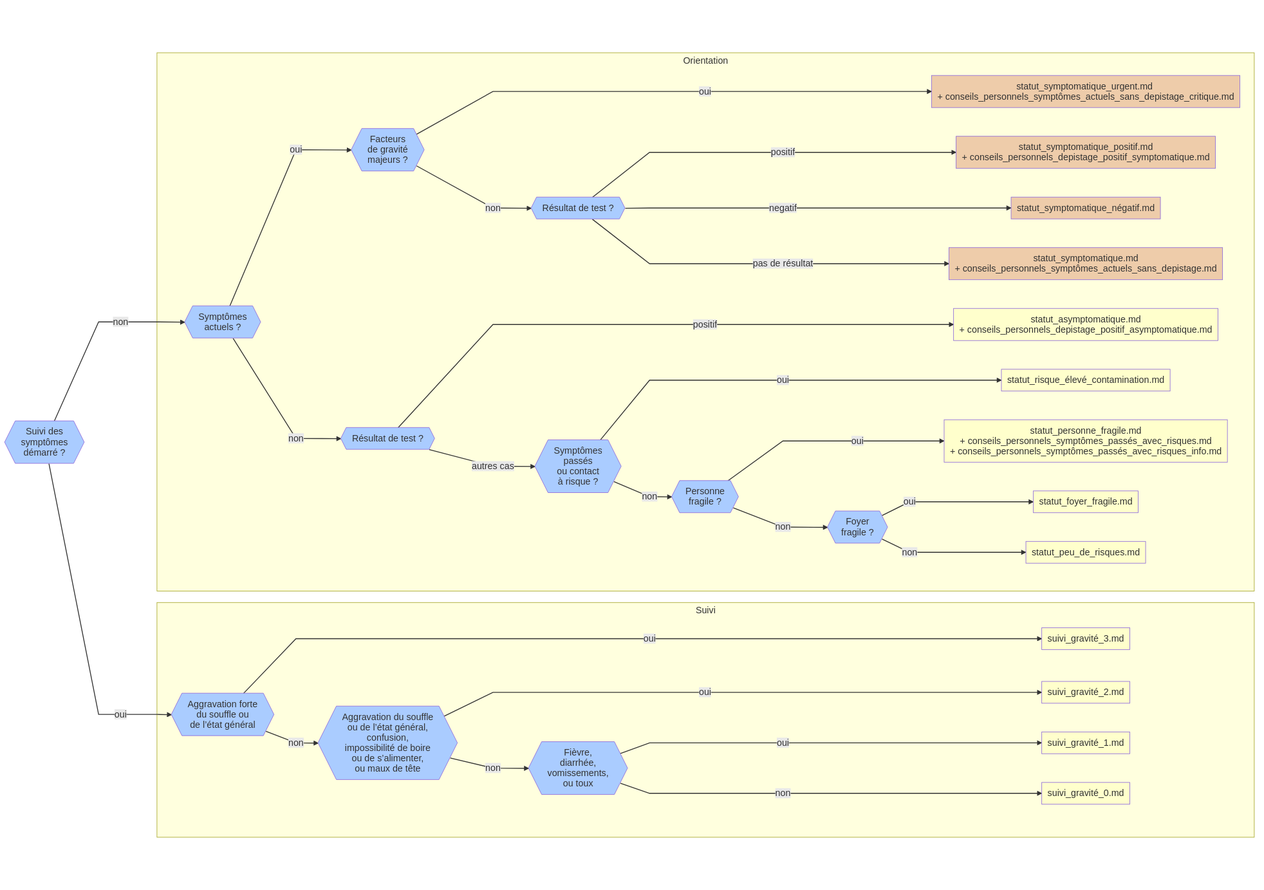
Earlier version of the Mermaid export diagrammes/statut-demo.png (Delegation-numerique-en-sante/mesconseilscovid). Its source is kept beside it as diagrammes/statut-demo.mermaid.
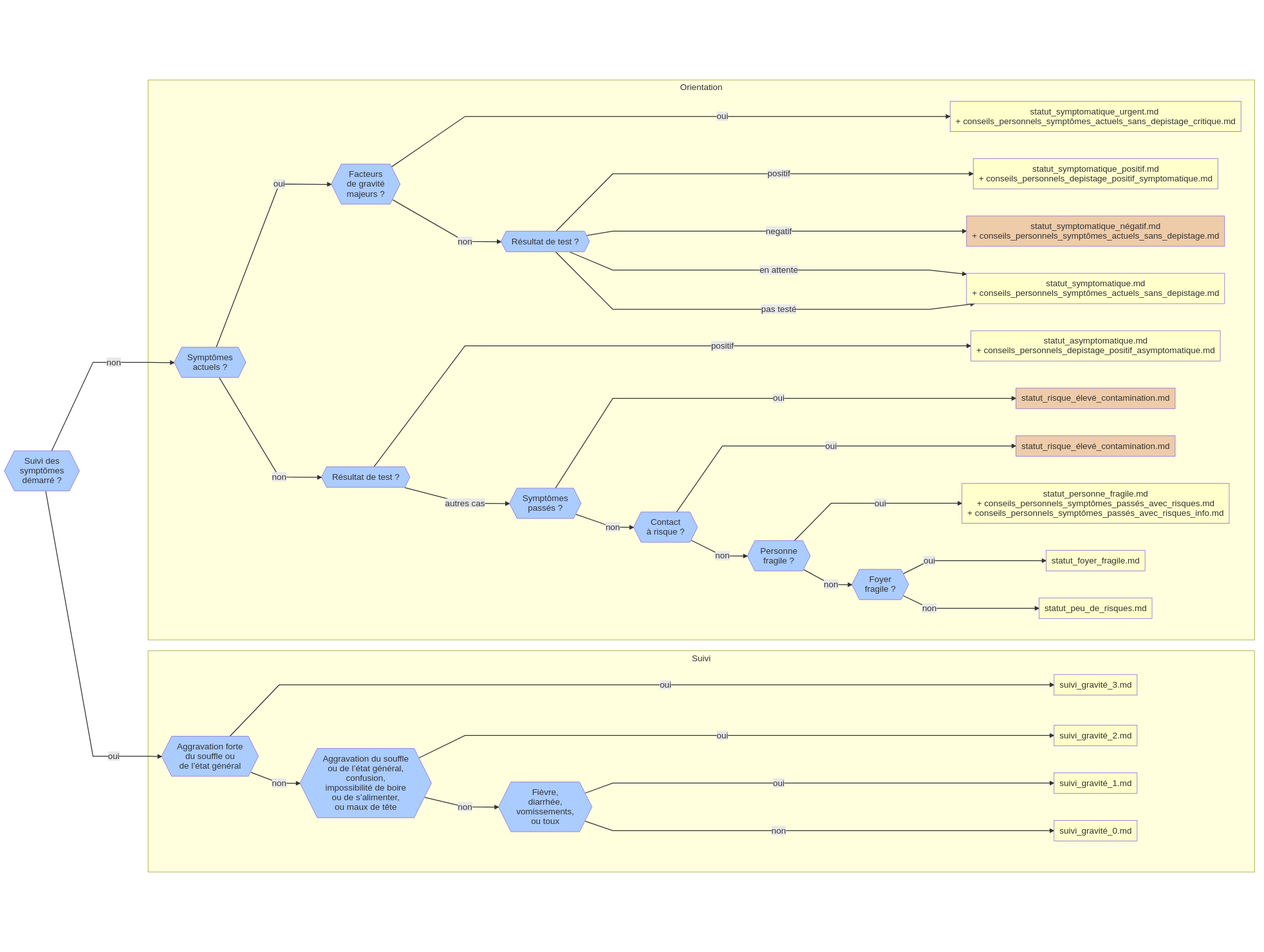
The same diagram one commit later.

Commit message:
Ajoute les conseils personnels au diagramme de statut de démo

Diff of the diagram source:
```diff
@@ -5,16 +5,16 @@
 
     subgraph Suivi
         gravite-3{{"Aggravation forte<br>du souffle ou<br>de l&rsquo;état général"}}
-        gravite-3 ------>|oui| suivi-gravite-3
+        gravite-3 ------->|oui| suivi-gravite-3
         gravite-3 -->|non| gravite-2
 
         gravite-2{{"Aggravation du souffle<br>ou de l&rsquo;état général,<br>confusion,<br>impossibilité de boire<br> ou de s&rsquo;alimenter,<br>ou maux de tête"}}
-        gravite-2 ----->|oui| suivi-gravite-2
+        gravite-2 ------>|oui| suivi-gravite-2
         gravite-2 -->|non| gravite-1
 
         gravite-1{{"Fièvre,<br>diarrhée,<br>vomissements,<br>ou toux"}}
-        gravite-1 ---->|oui| suivi-gravite-1
-        gravite-1 ---->|non| suivi-gravite-0
+        gravite-1 ----->|oui| suivi-gravite-1
+        gravite-1 ----->|non| suivi-gravite-0
     end
 
     subgraph Orientation
@@ -23,21 +23,26 @@
         symptomes-actuels -->|non| depistage-sans-symptomes
 
         facteurs-de-gravite-majeurs{{"Facteurs<br>de gravité<br>majeurs ?"}}
-        facteurs-de-gravite-majeurs ----->|oui| statut-symptomatique-urgent
+        facteurs-de-gravite-majeurs ------>|oui| statut-symptomatique-urgent
         facteurs-de-gravite-majeurs -->|non| depistage-avec-symptomes
 
         depistage-avec-symptomes{{"Résultat de test ?"}}
-        depistage-avec-symptomes ---->|positif| statut-symptomatique-positif
-        depistage-avec-symptomes ---->|negatif| statut-symptomatique-negatif
-        depistage-avec-symptomes ---->|pas de résultat| statut-symptomatique
+        depistage-avec-symptomes ----->|positif| statut-symptomatique-positif
+        depistage-avec-symptomes ----->|negatif| statut-symptomatique-negatif
+        depistage-avec-symptomes ----->|en attente| statut-symptomatique
+        depistage-avec-symptomes ----->|pas testé| statut-symptomatique
 
         depistage-sans-symptomes{{"Résultat de test ?"}}
-        depistage-sans-symptomes ----->|positif| statut-asymptomatique
-        depistage-sans-symptomes -->|autres cas| symptomes-passes-ou-contact-a-risque
+        depistage-sans-symptomes ------>|positif| statut-asymptomatique
+        depistage-sans-symptomes -->|autres cas| symptomes-passes
 
-        symptomes-passes-ou-contact-a-risque{{"Symptômes<br>passés<br>ou contact<br>à risque ?"}}
-        symptomes-passes-ou-contact-a-risque ---->|oui| statut-risque-eleve
-        symptomes-passes-ou-contact-a-risque -->|non| personne-fragile
+        symptomes-passes{{"Symptômes<br>passés ?"}}
+        symptomes-passes ----->|oui| statut-symptomes-passes
+        symptomes-passes -->|non| contact-a-risque
+
+        contact-a-risque{{"Contact<br>à risque ?"}}
+        contact-a-risque ---->|oui| statut-contact-a-risque
+        contact-a-risque -->|non| personne-fragile
 
         personne-fragile{{"Personne<br>fragile ?"}}
         personne-fragile --->|oui| statut-personne-fragile
@@ -56,16 +61,17 @@
     statut-foyer-fragile["statut_foyer_fragile.md"]
     statut-personne-fragile["statut_personne_fragile.md<br>+ conseils_personnels_symptômes_passés_avec_risques.md<br>+ conseils_personnels_symptômes_passés_avec_risques_info.md"]
     statut-peu-de-risques["statut_peu_de_risques.md"]
-    statut-risque-eleve["statut_risque_élevé_contamination.md"]
+    statut-symptomes-passes["statut_risque_élevé_contamination.md"]
+    statut-contact-a-risque["statut_risque_élevé_contamination.md"]
     statut-asymptomatique["statut_asymptomatique.md<br>+ conseils_personnels_depistage_positif_asymptomatique.md"]
     statut-symptomatique["statut_symptomatique.md<br>+ conseils_personnels_symptômes_actuels_sans_depistage.md"]
-    statut-symptomatique-negatif["statut_symptomatique_négatif.md"]
+    statut-symptomatique-negatif["statut_symptomatique_négatif.md<br>+ conseils_personnels_symptômes_actuels_sans_depistage.md"]
     statut-symptomatique-positif["statut_symptomatique_positif.md<br>+ conseils_personnels_depistage_positif_symptomatique.md"]
     statut-symptomatique-urgent["statut_symptomatique_urgent.md <br>+ conseils_personnels_symptômes_actuels_sans_depistage_critique.md"]
 
     classDef default fill:#acf;
     classDef statut fill:#ffc;
-    classDef statut-inaccessible fill:#eca;
+    classDef statut-a-revoir fill:#eca;
 
     class suivi-gravite-3 statut;
     class suivi-gravite-2 statut;
@@ -75,9 +81,10 @@
     class statut-foyer-fragile statut;
     class statut-personne-fragile statut;
     class statut-peu-de-risques statut;
-    class statut-risque-eleve statut;
+    class statut-symptomes-passes statut-a-revoir;
+    class statut-contact-a-risque statut-a-revoir;
     class statut-asymptomatique statut;
-    class statut-symptomatique statut-inaccessible;
-    class statut-symptomatique-negatif statut-inaccessible;
-    class statut-symptomatique-positif statut-inaccessible;
-    class statut-symptomatique-urgent statut-inaccessible;
+    class statut-symptomatique statut;
+    class statut-symptomatique-negatif statut-a-revoir;
+    class statut-symptomatique-positif statut;
+    class statut-symptomatique-urgent statut;
```
